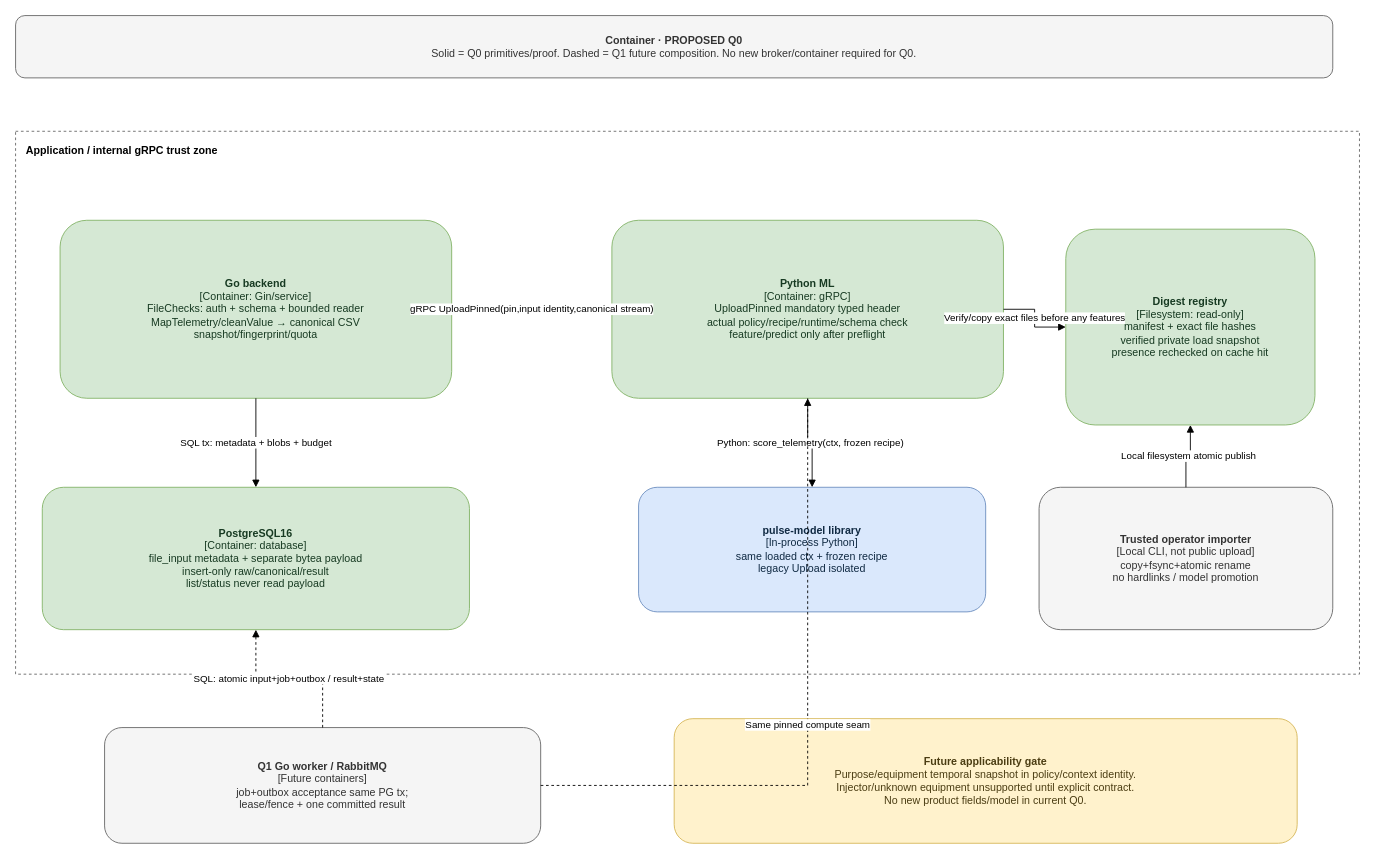
effitech-pulse/pulse-backend keeps this draw.io diagram as page "C2 Proposed — Q1 transaction composition" (4 of 6) of docs/q0-artifact-pinning.drawio. Above is the earlier version. Source tidied: cells renumbered, new cells numbered last; positions are measured from the earlier drawing's top-left corner, leaving out a move shared by most shapes. Both pictures are drawn from the tidied source at 89%, with x=0, y=0 at pixel (15, 15).
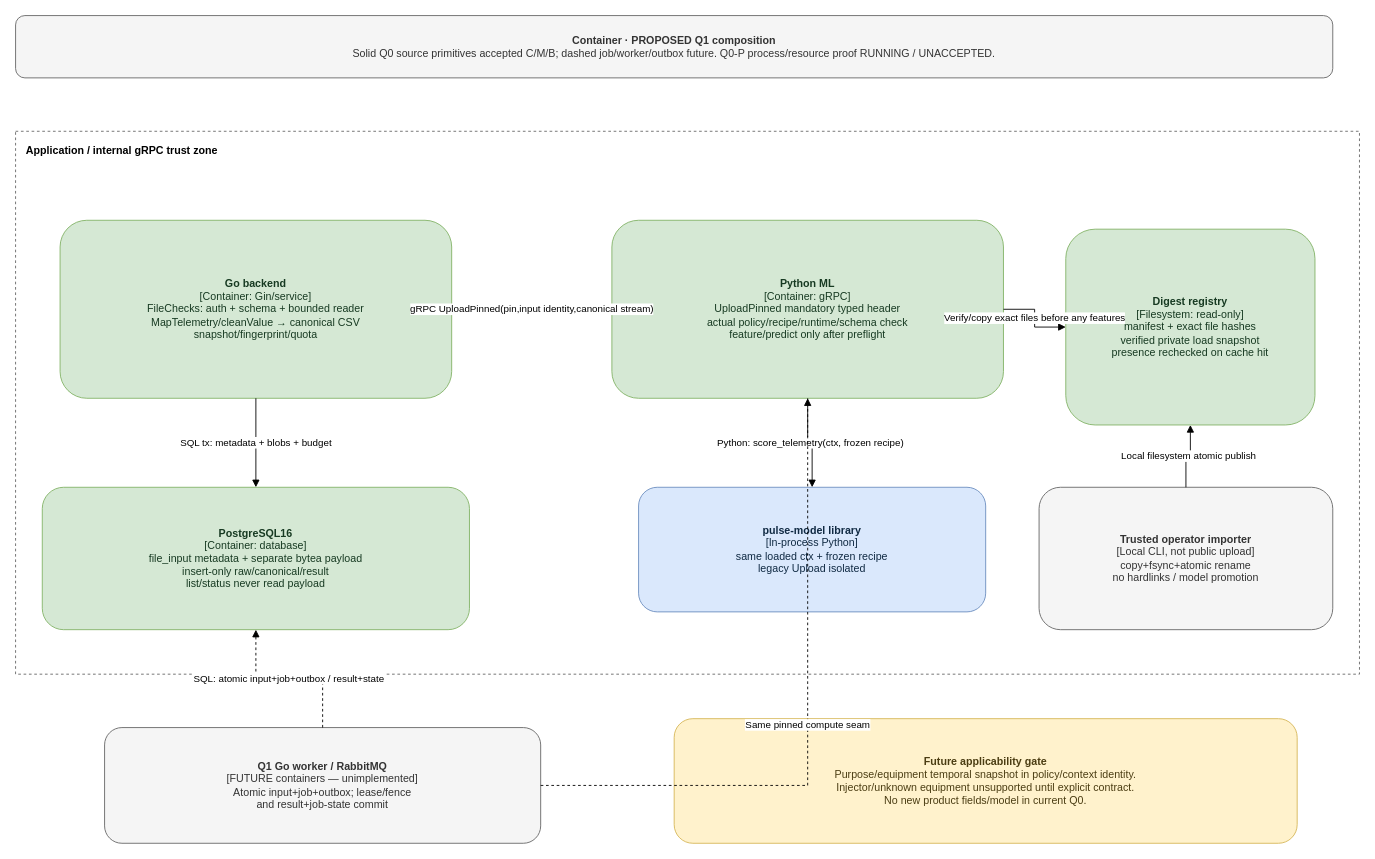
The same page after the edit.

What changed in the source:
```diff
@@
 <mxGraphModel>
   <root>
     <mxCell id="0" />
     <mxCell id="1" parent="0" />
-    <mxCell id="2" value="&lt;b&gt;Container · PROPOSED Q0&lt;/b&gt;&lt;br&gt;Solid = Q0 primitives/proof. Dashed = Q1 future composition. No new broker/container required for Q0." style="rounded=1;whiteSpace=wrap;html=1;fillColor=#f5f5f5;strokeColor=#666666;fontColor=#333333;" parent="1" vertex="1">
+    <mxCell id="2" value="&lt;b&gt;Container · PROPOSED Q1 composition&lt;/b&gt;&lt;br&gt;Solid Q0 source primitives accepted C/M/B; dashed job/worker/outbox future. Q0-P process/resource proof RUNNING / UNACCEPTED." style="rounded=1;whiteSpace=wrap;html=1;fillColor=#f5f5f5;strokeColor=#666666;fontColor=#333333;" parent="1" vertex="1">
       <mxGeometry width="1480" height="70" as="geometry" />
     </mxCell>
     <mxCell id="3" value="Application / internal gRPC trust zone" style="rounded=0;whiteSpace=wrap;html=1;fillColor=none;strokeColor=#666666;dashed=1;verticalAlign=top;align=left;fontStyle=1;spacingTop=8;spacingLeft=10;" parent="1" vertex="1">
       <mxGeometry y="130" width="1510" height="610" as="geometry" />
     </mxCell>
     <mxCell id="4" value="&lt;b&gt;Go backend&lt;/b&gt;&lt;br&gt;[Container: Gin/service]&lt;br&gt;FileChecks: auth + schema + bounded reader&lt;br&gt;MapTelemetry/cleanValue → canonical CSV&lt;br&gt;snapshot/fingerprint/quota" style="rounded=1;whiteSpace=wrap;html=1;fillColor=#d5e8d4;strokeColor=#82b366;fontColor=#173a22;" parent="1" vertex="1">
       <mxGeometry x="50" y="230" width="440" height="200" as="geometry" />
     </mxCell>
     <mxCell id="5" value="&lt;b&gt;PostgreSQL16&lt;/b&gt;&lt;br&gt;[Container: database]&lt;br&gt;file_input metadata + separate bytea payload&lt;br&gt;insert-only raw/canonical/result&lt;br&gt;list/status never read payload" style="rounded=1;whiteSpace=wrap;html=1;fillColor=#d5e8d4;strokeColor=#82b366;fontColor=#173a22;" parent="1" vertex="1">
       <mxGeometry x="30" y="530" width="480" height="160" as="geometry" />
     </mxCell>
     <mxCell id="6" value="&lt;b&gt;Python ML&lt;/b&gt;&lt;br&gt;[Container: gRPC]&lt;br&gt;UploadPinned mandatory typed header&lt;br&gt;actual policy/recipe/runtime/schema check&lt;br&gt;feature/predict only after preflight" style="rounded=1;whiteSpace=wrap;html=1;fillColor=#d5e8d4;strokeColor=#82b366;fontColor=#173a22;" parent="1" vertex="1">
       <mxGeometry x="670" y="230" width="440" height="200" as="geometry" />
     </mxCell>
     <mxCell id="7" value="&lt;b&gt;pulse-model library&lt;/b&gt;&lt;br&gt;[In-process Python]&lt;br&gt;same loaded ctx + frozen recipe&lt;br&gt;legacy Upload isolated" style="rounded=1;whiteSpace=wrap;html=1;fillColor=#dae8fc;strokeColor=#6c8ebf;fontColor=#102a43;" parent="1" vertex="1">
       <mxGeometry x="700" y="530" width="390" height="140" as="geometry" />
     </mxCell>
     <mxCell id="8" value="&lt;b&gt;Digest registry&lt;/b&gt;&lt;br&gt;[Filesystem: read-only]&lt;br&gt;manifest + exact file hashes&lt;br&gt;verified private load snapshot&lt;br&gt;presence rechecked on cache hit" style="rounded=1;whiteSpace=wrap;html=1;fillColor=#d5e8d4;strokeColor=#82b366;fontColor=#173a22;" parent="1" vertex="1">
       <mxGeometry x="1180" y="240" width="280" height="220" as="geometry" />
     </mxCell>
     <mxCell id="9" value="&lt;b&gt;Trusted operator importer&lt;/b&gt;&lt;br&gt;[Local CLI, not public upload]&lt;br&gt;copy+fsync+atomic rename&lt;br&gt;no hardlinks / model promotion" style="rounded=1;whiteSpace=wrap;html=1;fillColor=#f5f5f5;strokeColor=#666666;fontColor=#333333;" parent="1" vertex="1">
       <mxGeometry x="1150" y="530" width="330" height="160" as="geometry" />
     </mxCell>
-    <mxCell id="10" value="&lt;b&gt;Q1 Go worker / RabbitMQ&lt;/b&gt;&lt;br&gt;[Future containers]&lt;br&gt;job+outbox acceptance same PG tx;&lt;br&gt;lease/fence + one committed result" style="rounded=1;whiteSpace=wrap;html=1;fillColor=#f5f5f5;strokeColor=#666666;fontColor=#333333;" parent="1" vertex="1">
+    <mxCell id="10" value="&lt;b&gt;Q1 Go worker / RabbitMQ&lt;/b&gt;&lt;br&gt;[FUTURE containers — unimplemented]&lt;br&gt;Atomic input+job+outbox; lease/fence&lt;br&gt;and result+job-state commit" style="rounded=1;whiteSpace=wrap;html=1;fillColor=#f5f5f5;strokeColor=#666666;fontColor=#333333;" parent="1" vertex="1">
       <mxGeometry x="100" y="800" width="490" height="130" as="geometry" />
     </mxCell>
     <mxCell id="11" value="&lt;b&gt;Future applicability gate&lt;/b&gt;&lt;br&gt;Purpose/equipment temporal snapshot in policy/context identity.&lt;br&gt;Injector/unknown equipment unsupported until explicit contract.&lt;br&gt;No new product fields/model in current Q0." style="rounded=1;whiteSpace=wrap;html=1;fillColor=#fff2cc;strokeColor=#d6b656;fontColor=#4b3d13;" parent="1" vertex="1">
       <mxGeometry x="740" y="790" width="700" height="140" as="geometry" />
     </mxCell>
     <mxCell id="12" value="SQL tx: metadata + blobs + budget" style="edgeStyle=orthogonalEdgeStyle;rounded=0;html=1;endArrow=block;endFill=1;" parent="1" edge="1" source="4" target="5">
       <mxGeometry relative="1" as="geometry" />
     </mxCell>
     <mxCell id="13" value="gRPC UploadPinned(pin,input identity,canonical stream)" style="edgeStyle=orthogonalEdgeStyle;rounded=0;html=1;endArrow=block;endFill=1;" parent="1" edge="1" source="4" target="6">
       <mxGeometry relative="1" as="geometry" />
     </mxCell>
     <mxCell id="14" value="Verify/copy exact files before any features" style="edgeStyle=orthogonalEdgeStyle;rounded=0;html=1;endArrow=block;endFill=1;" parent="1" edge="1" source="6" target="8">
       <mxGeometry relative="1" as="geometry" />
     </mxCell>
     <mxCell id="15" value="Python: score_telemetry(ctx, frozen recipe)" style="edgeStyle=orthogonalEdgeStyle;rounded=0;html=1;endArrow=block;endFill=1;" parent="1" edge="1" source="6" target="7">
       <mxGeometry relative="1" as="geometry" />
     </mxCell>
     <mxCell id="16" value="Local filesystem atomic publish" style="edgeStyle=orthogonalEdgeStyle;rounded=0;html=1;endArrow=block;endFill=1;" parent="1" edge="1" source="9" target="8">
       <mxGeometry relative="1" as="geometry" />
     </mxCell>
     <mxCell id="17" value="SQL: atomic input+job+outbox / result+state" style="edgeStyle=orthogonalEdgeStyle;rounded=0;html=1;endArrow=block;endFill=1;dashed=1;" parent="1" edge="1" source="10" target="5">
       <mxGeometry relative="1" as="geometry" />
     </mxCell>
     <mxCell id="18" value="Same pinned compute seam" style="edgeStyle=orthogonalEdgeStyle;rounded=0;html=1;endArrow=block;endFill=1;dashed=1;" parent="1" edge="1" source="10" target="6">
       <mxGeometry relative="1" as="geometry" />
     </mxCell>
   </root>
 </mxGraphModel>
```
